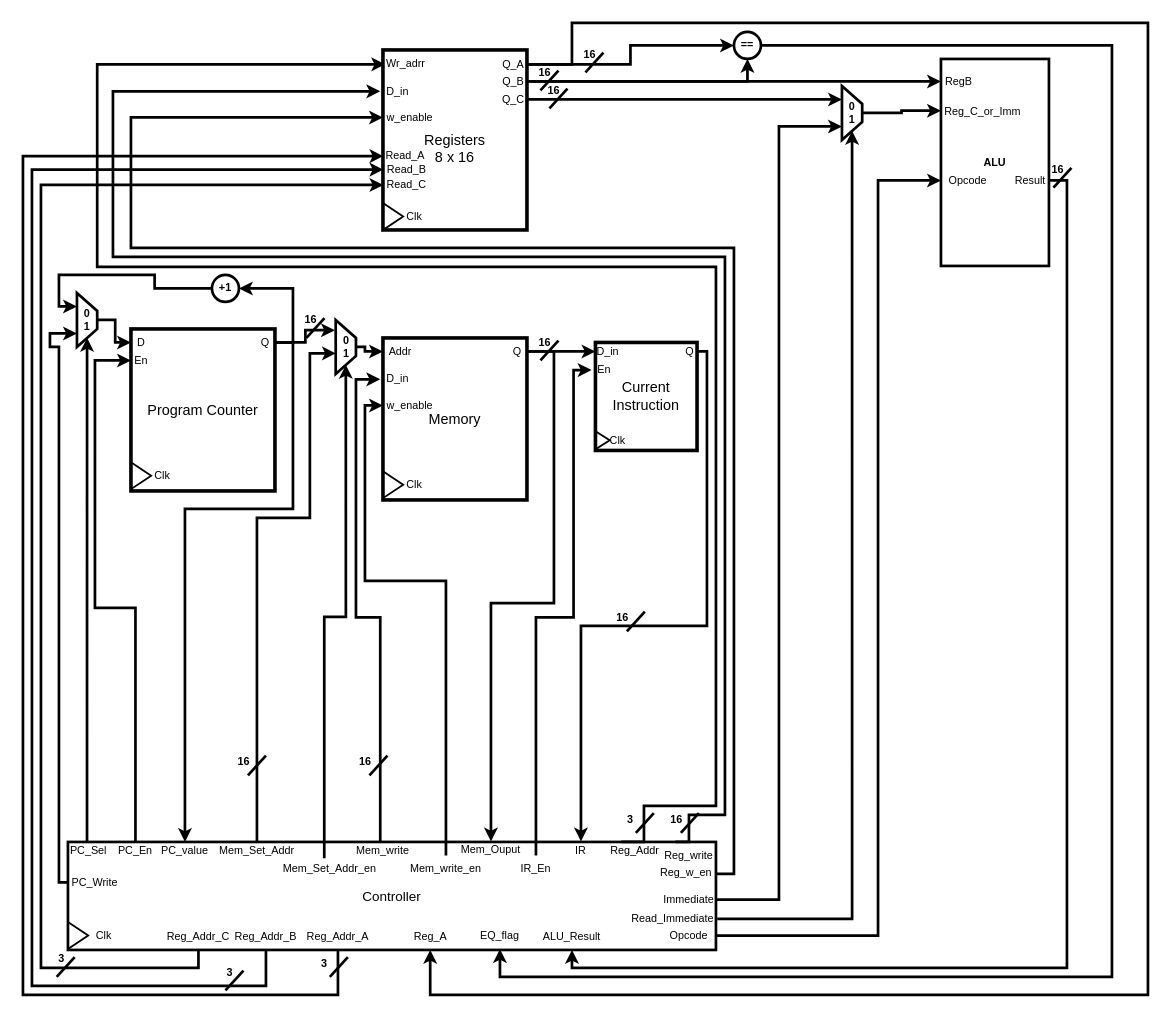
The draw.io diagram page "Control Unit" (2 of 2) of docs/diagrams/XML_Files/RTL_diagrams.drawio in adityab7106/RiSC-16, before the edit. Source tidied: cells renumbered, new cells numbered last; positions are measured from the earlier drawing's top-left corner, leaving out a move shared by most shapes. Both pictures are drawn from the tidied source at 90%, with x=0, y=0 at pixel (22, 22).
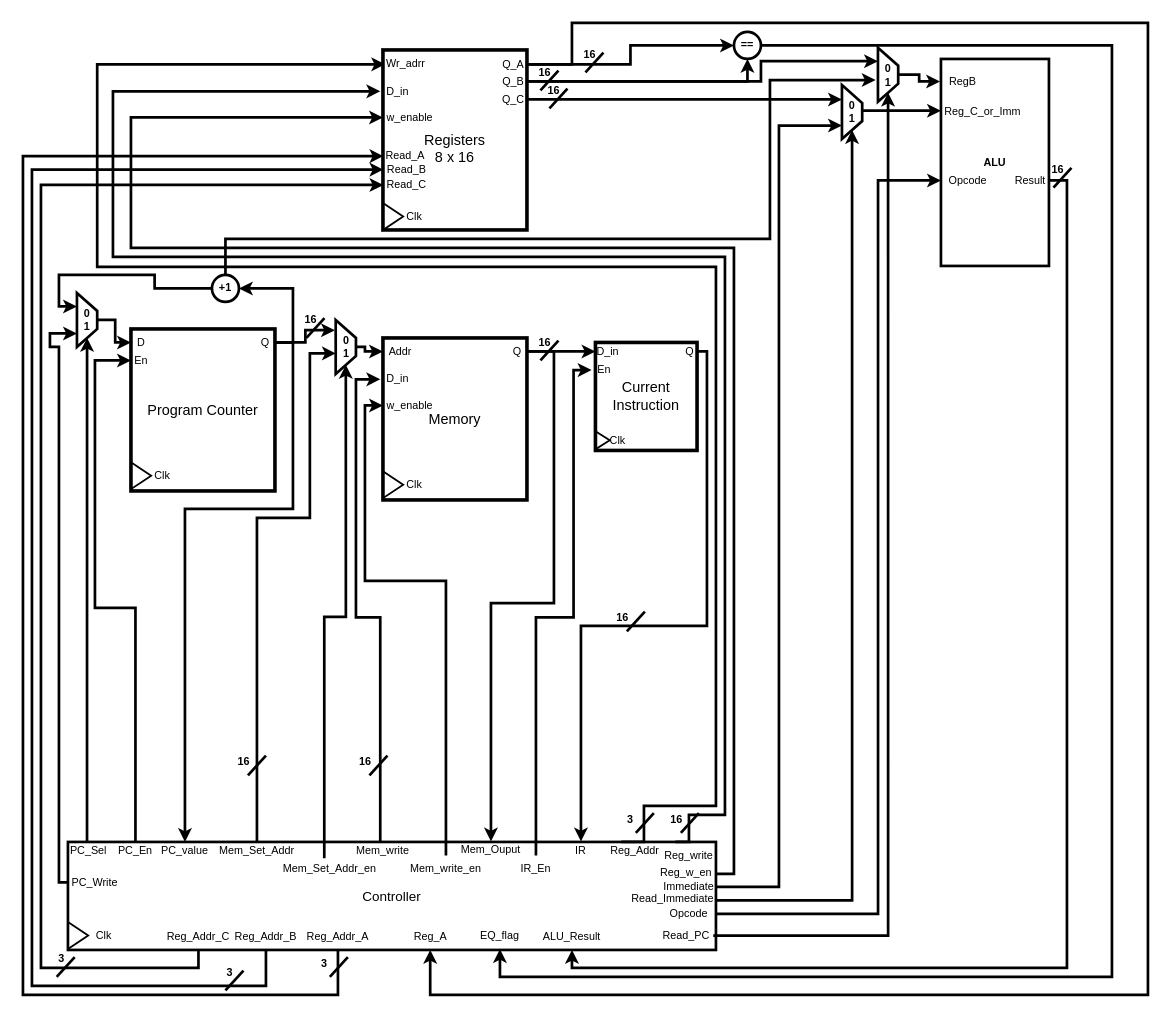
The same page after the edit.

The change refers to these unchanged cells:
```xml
<mxCell id="2" value="&lt;font style=&quot;font-size: 15px;&quot;&gt;Controller&lt;/font&gt;" style="rounded=0;whiteSpace=wrap;html=1;strokeWidth=3;" parent="1" vertex="1">
  <mxGeometry x="50" y="910" width="720" height="120" as="geometry" />
</mxCell>
<mxCell id="29" value="+1" style="ellipse;whiteSpace=wrap;html=1;shapeInside=1;align=center;verticalAlign=top;fontFamily=Helvetica;fontSize=12;fontColor=default;fillColor=none;gradientColor=none;strokeWidth=3;fontStyle=1;" parent="1" vertex="1">
  <mxGeometry x="210" y="280" width="30" height="30" as="geometry" />
</mxCell>
<mxCell id="57" value="&lt;b&gt;ALU&lt;/b&gt;" style="rounded=0;whiteSpace=wrap;html=1;strokeWidth=3;" parent="1" vertex="1">
  <mxGeometry x="1020" y="40" width="120" height="230" as="geometry" />
</mxCell>
<mxCell id="73" value="Q_B" style="text;html=1;whiteSpace=wrap;strokeColor=none;fillColor=none;align=center;verticalAlign=middle;rounded=0;" parent="1" vertex="1">
  <mxGeometry x="530" y="50" width="30" height="30" as="geometry" />
</mxCell>
<mxCell id="85" value="Opcode" style="text;html=1;whiteSpace=wrap;strokeColor=none;fillColor=none;align=center;verticalAlign=middle;rounded=0;" parent="1" vertex="1">
  <mxGeometry x="1020" y="160" width="60" height="30" as="geometry" />
</mxCell>
```

The edit, as a diff of the source:
```diff
@@
+    <mxCell id="148" style="edgeStyle=orthogonalEdgeStyle;rounded=0;jettySize=auto;html=1;exitX=0.5;exitY=0;exitDx=0;exitDy=0;fontFamily=Helvetica;fontSize=12;fontColor=default;entryX=0.599;entryY=1.114;entryDx=0;entryDy=0;entryPerimeter=0;strokeWidth=3;" parent="1" edge="1" source="29" target="152">
+      <mxGeometry relative="1" as="geometry">
+        <Array as="points">
+          <mxPoint x="225" y="240" />
+          <mxPoint x="830" y="240" />
+          <mxPoint x="830" y="63.4" />
+        </Array>
+      </mxGeometry>
+    </mxCell>
@@
     <mxCell id="55" style="edgeStyle=orthogonalEdgeStyle;rounded=0;jettySize=auto;html=1;entryX=0;entryY=0.5;entryDx=0;entryDy=0;fontFamily=Helvetica;fontSize=12;fontColor=default;strokeWidth=3;" parent="1" edge="1" source="56" target="85">
       <mxGeometry relative="1" as="geometry">
         <Array as="points">
-          <mxPoint x="950.1" y="1014" />
-          <mxPoint x="950.1" y="175.1" />
+          <mxPoint x="950.1" y="990" />
+          <mxPoint x="950.1" y="175" />
         </Array>
       </mxGeometry>
     </mxCell>
     <mxCell id="56" value="Opcode" style="text;html=1;whiteSpace=wrap;strokeColor=none;fillColor=none;align=center;verticalAlign=middle;rounded=0;" parent="1" vertex="1">
-      <mxGeometry x="710" y="999" width="60" height="30" as="geometry" />
+      <mxGeometry x="710" y="975" width="60" height="30" as="geometry" />
     </mxCell>
@@
     <mxCell id="58" value="RegB" style="text;html=1;whiteSpace=wrap;strokeColor=none;fillColor=none;align=center;verticalAlign=middle;rounded=0;" parent="1" vertex="1">
-      <mxGeometry x="1010" y="50" width="60" height="30" as="geometry" />
+      <mxGeometry x="1019" y="50" width="51" height="30" as="geometry" />
     </mxCell>
@@
-    <mxCell id="71" style="edgeStyle=orthogonalEdgeStyle;rounded=0;jettySize=auto;html=1;fontFamily=Helvetica;fontSize=12;fontColor=default;strokeWidth=3;" parent="1" edge="1" source="73">
+    <mxCell id="71" style="edgeStyle=orthogonalEdgeStyle;rounded=0;jettySize=auto;html=1;fontFamily=Helvetica;fontSize=12;fontColor=default;strokeWidth=3;entryX=0.25;entryY=1;entryDx=0;entryDy=0;" parent="1" edge="1" source="73" target="152">
       <mxGeometry relative="1" as="geometry">
-        <mxPoint x="1020" y="65" as="targetPoint" />
+        <Array as="points">
+          <mxPoint x="820" y="65" />
+          <mxPoint x="820" y="42.5" />
+        </Array>
       </mxGeometry>
     </mxCell>
@@
     <mxCell id="79" style="edgeStyle=orthogonalEdgeStyle;rounded=0;jettySize=auto;html=1;entryX=0;entryY=0.25;entryDx=0;entryDy=0;fontFamily=Helvetica;fontSize=12;fontColor=default;strokeWidth=3;" parent="1" edge="1" source="80" target="57">
       <mxGeometry relative="1" as="geometry">
         <Array as="points">
-          <mxPoint x="976.2" y="100" />
-          <mxPoint x="976.2" y="97.5" />
+          <mxPoint x="960" y="97.5" />
+          <mxPoint x="960" y="97.5" />
         </Array>
       </mxGeometry>
     </mxCell>
     <mxCell id="80" value="0&lt;div&gt;1&lt;/div&gt;" style="shape=trapezoid;perimeter=trapezoidPerimeter;whiteSpace=wrap;html=1;shapeInside=1;fixedSize=1;strokeWidth=3;direction=south;fontStyle=1;" parent="1" vertex="1">
-      <mxGeometry x="910" y="70" width="22.5" height="60" as="geometry" />
+      <mxGeometry x="910" y="69" width="22.5" height="60" as="geometry" />
     </mxCell>
@@
     <mxCell id="82" value="Immediate" style="text;html=1;whiteSpace=wrap;strokeColor=none;fillColor=none;align=center;verticalAlign=middle;rounded=0;" parent="1" vertex="1">
-      <mxGeometry x="710" y="959" width="60" height="30" as="geometry" />
+      <mxGeometry x="710" y="945" width="60" height="30" as="geometry" />
     </mxCell>
-    <mxCell id="83" style="edgeStyle=orthogonalEdgeStyle;rounded=0;jettySize=auto;html=1;entryX=1;entryY=0.5;entryDx=0;entryDy=0;fontFamily=Helvetica;fontSize=12;fontColor=default;strokeWidth=3;exitX=1.002;exitY=0.712;exitDx=0;exitDy=0;exitPerimeter=0;" parent="1" edge="1" source="2" target="80">
-      <mxGeometry relative="1" as="geometry" />
+    <mxCell id="83" style="edgeStyle=orthogonalEdgeStyle;rounded=0;jettySize=auto;html=1;entryX=1;entryY=0.5;entryDx=0;entryDy=0;fontFamily=Helvetica;fontSize=12;fontColor=default;strokeWidth=3;exitX=1;exitY=1;exitDx=0;exitDy=0;" parent="1" edge="1" source="82" target="80">
+      <mxGeometry relative="1" as="geometry">
+        <Array as="points">
+          <mxPoint x="921.3" y="975" />
+        </Array>
+      </mxGeometry>
     </mxCell>
     <mxCell id="84" value="Read_Immediate" style="text;html=1;whiteSpace=wrap;strokeColor=none;fillColor=none;align=center;verticalAlign=middle;rounded=0;" parent="1" vertex="1">
-      <mxGeometry x="692" y="980" width="60" height="30" as="geometry" />
+      <mxGeometry x="692" y="958" width="60" height="30" as="geometry" />
     </mxCell>
@@
+    <mxCell id="149" style="edgeStyle=orthogonalEdgeStyle;rounded=0;jettySize=auto;html=1;entryX=1;entryY=0.5;entryDx=0;entryDy=0;fontFamily=Helvetica;fontSize=12;fontColor=default;strokeWidth=3;" parent="1" edge="1" source="150" target="152">
+      <mxGeometry relative="1" as="geometry">
+        <Array as="points">
+          <mxPoint x="961.2" y="1014" />
+        </Array>
+      </mxGeometry>
+    </mxCell>
+    <mxCell id="150" value="Read_PC" style="text;html=1;whiteSpace=wrap;strokeColor=none;fillColor=none;align=center;verticalAlign=middle;rounded=0;" parent="1" vertex="1">
+      <mxGeometry x="707" y="999" width="60" height="30" as="geometry" />
+    </mxCell>
+    <mxCell id="151" style="edgeStyle=orthogonalEdgeStyle;rounded=0;jettySize=auto;html=1;fontFamily=Helvetica;fontSize=12;fontColor=default;strokeWidth=3;" parent="1" edge="1" source="152" target="58">
+      <mxGeometry relative="1" as="geometry" />
+    </mxCell>
+    <mxCell id="152" value="0&lt;div&gt;1&lt;/div&gt;" style="shape=trapezoid;perimeter=trapezoidPerimeter;whiteSpace=wrap;html=1;shapeInside=1;fixedSize=1;strokeWidth=3;direction=south;fontStyle=1;" parent="1" vertex="1">
+      <mxGeometry x="950" y="27.5" width="22.5" height="60" as="geometry" />
+    </mxCell>
```
